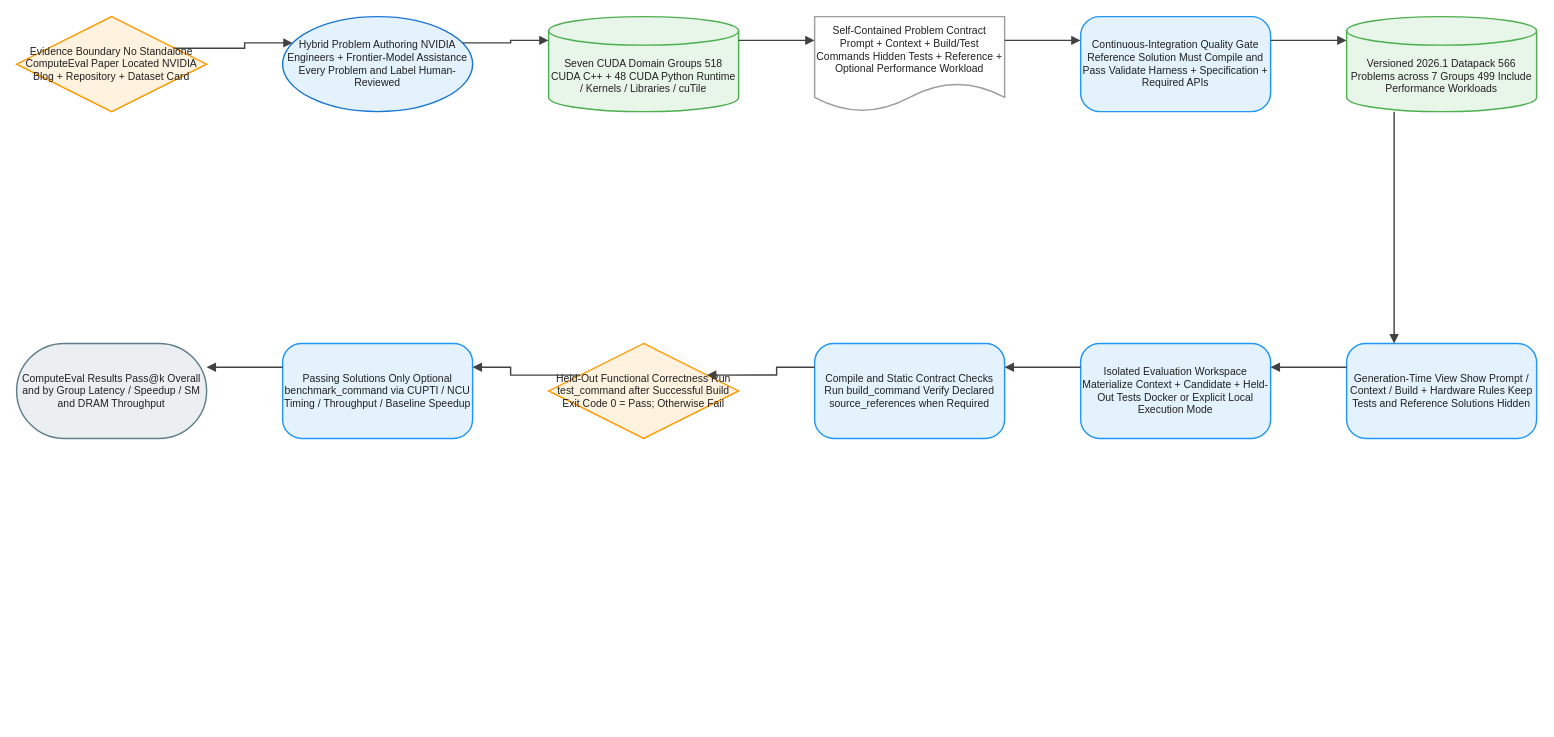
joe1chief/benchmark-hub keeps this draw.io diagram as client/public/drawio/ComputeEval/ComputeEval.en.drawio. Above is the earlier version. Source tidied: cells renumbered, new cells numbered last; positions are measured from the earlier drawing's top-left corner, leaving out a move shared by most shapes. Both pictures are drawn from the tidied source at 95%, with x=0, y=0 at pixel (16, 16).
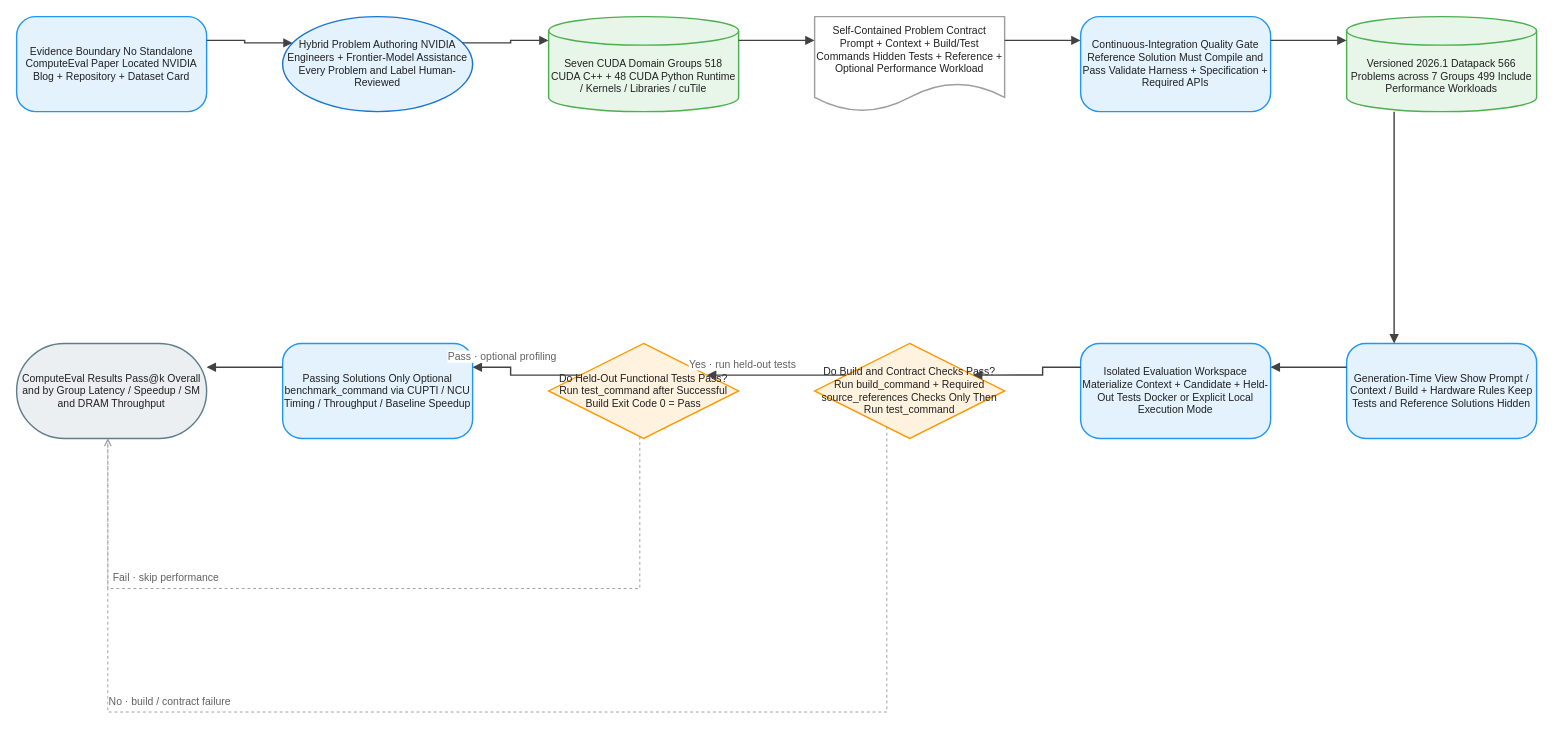
After the change.

The change refers to these unchanged cells:
```xml
<mxCell id="12" value="Passing Solutions Only Optional benchmark_command via CUPTI / NCU Timing / Throughput / Baseline Speedup" style="rounded=1;arcSize=20;html=1;whiteSpace=wrap;fillColor=#E3F2FD;strokeColor=#2196F3;strokeWidth=1.5;fontColor=#212121;fontSize=11;fontFamily=Arial, Helvetica, sans-serif;verticalAlign=middle;align=center;" parent="1" vertex="1">
  <mxGeometry x="280" y="344" width="200" height="100" as="geometry" />
</mxCell>
<mxCell id="13" value="ComputeEval Results Pass@k Overall and by Group Latency / Speedup / SM and DRAM Throughput" style="rounded=1;arcSize=50;html=1;whiteSpace=wrap;fillColor=#ECEFF1;strokeColor=#607D8B;strokeWidth=1.5;fontColor=#212121;fontSize=11;fontFamily=Arial, Helvetica, sans-serif;verticalAlign=middle;align=center;" parent="1" vertex="1">
  <mxGeometry y="344" width="200" height="100" as="geometry" />
</mxCell>
<mxCell id="22" style="edgeStyle=orthogonalEdgeStyle;rounded=0;jettySize=auto;html=1;strokeColor=#424242;strokeWidth=1.5;endArrow=block;endFill=1;exitX=0;exitY=0.25;exitDx=0;exitDy=0;entryX=1;entryY=0.25;entryDx=0;entryDy=0;jumpStyle=arc;jumpSize=8;" parent="1" edge="1" source="10" target="11">
  <mxGeometry relative="1" as="geometry" />
</mxCell>
```

Change to the diagram source:
```diff
@@
-    <mxCell id="2" value="Evidence Boundary No Standalone ComputeEval Paper Located NVIDIA Blog + Repository + Dataset Card" style="rhombus;html=1;whiteSpace=wrap;fillColor=#FFF3E0;strokeColor=#FF9800;strokeWidth=1.5;fontColor=#212121;fontSize=11;fontFamily=Arial, Helvetica, sans-serif;verticalAlign=middle;align=center;" parent="1" vertex="1">
+    <mxCell id="2" value="Evidence Boundary No Standalone ComputeEval Paper Located NVIDIA Blog + Repository + Dataset Card" style="rounded=1;arcSize=20;html=1;whiteSpace=wrap;fillColor=#E3F2FD;strokeColor=#2196F3;strokeWidth=1.5;fontColor=#212121;fontSize=11;fontFamily=Arial, Helvetica, sans-serif;verticalAlign=middle;align=center;" parent="1" vertex="1">
       <mxGeometry width="200" height="100" as="geometry" />
     </mxCell>
@@
-    <mxCell id="10" value="Compile and Static Contract Checks Run build_command Verify Declared source_references when Required" style="rounded=1;arcSize=20;html=1;whiteSpace=wrap;fillColor=#E3F2FD;strokeColor=#2196F3;strokeWidth=1.5;fontColor=#212121;fontSize=11;fontFamily=Arial, Helvetica, sans-serif;verticalAlign=middle;align=center;" parent="1" vertex="1">
+    <mxCell id="10" value="Do Build and Contract Checks Pass? Run build_command + Required source_references Checks Only Then Run test_command" style="rhombus;html=1;whiteSpace=wrap;fillColor=#FFF3E0;strokeColor=#FF9800;strokeWidth=1.5;fontColor=#212121;fontSize=11;fontFamily=Arial, Helvetica, sans-serif;verticalAlign=middle;align=center;" parent="1" vertex="1">
       <mxGeometry x="840" y="344" width="200" height="100" as="geometry" />
     </mxCell>
-    <mxCell id="11" value="Held-Out Functional Correctness Run test_command after Successful Build Exit Code 0 = Pass; Otherwise Fail" style="rhombus;html=1;whiteSpace=wrap;fillColor=#FFF3E0;strokeColor=#FF9800;strokeWidth=1.5;fontColor=#212121;fontSize=11;fontFamily=Arial, Helvetica, sans-serif;verticalAlign=middle;align=center;" parent="1" vertex="1">
+    <mxCell id="11" value="Do Held-Out Functional Tests Pass? Run test_command after Successful Build Exit Code 0 = Pass" style="rhombus;html=1;whiteSpace=wrap;fillColor=#FFF3E0;strokeColor=#FF9800;strokeWidth=1.5;fontColor=#212121;fontSize=11;fontFamily=Arial, Helvetica, sans-serif;verticalAlign=middle;align=center;" parent="1" vertex="1">
       <mxGeometry x="560" y="344" width="200" height="100" as="geometry" />
     </mxCell>
@@
-    <mxCell id="23" style="edgeStyle=orthogonalEdgeStyle;rounded=0;jettySize=auto;html=1;strokeColor=#424242;strokeWidth=1.5;endArrow=block;endFill=1;exitX=0;exitY=0.25;exitDx=0;exitDy=0;entryX=1;entryY=0.25;entryDx=0;entryDy=0;jumpStyle=arc;jumpSize=8;" parent="1" edge="1" source="11" target="12">
-      <mxGeometry relative="1" as="geometry" />
+    <mxCell id="23" value="Yes · run held-out tests" style="edgeLabel;html=1;align=center;verticalAlign=middle;fontSize=11;fontColor=#616161;" parent="22" vertex="1">
+      <mxGeometry x="0.5" relative="1" as="geometry">
+        <mxPoint y="-12" as="offset" />
+      </mxGeometry>
     </mxCell>
-    <mxCell id="24" style="edgeStyle=orthogonalEdgeStyle;rounded=0;jettySize=auto;html=1;strokeColor=#424242;strokeWidth=1.5;endArrow=block;endFill=1;exitX=0;exitY=0.25;exitDx=0;exitDy=0;entryX=1;entryY=0.25;entryDx=0;entryDy=0;jumpStyle=arc;jumpSize=8;" parent="1" edge="1" source="12" target="13">
+    <mxCell id="24" style="edgeStyle=orthogonalEdgeStyle;rounded=0;jettySize=auto;html=1;strokeColor=#424242;strokeWidth=1.5;endArrow=block;endFill=1;exitX=0;exitY=0.25;exitDx=0;exitDy=0;entryX=1;entryY=0.25;entryDx=0;entryDy=0;jumpStyle=arc;jumpSize=8;" parent="1" edge="1" source="11" target="12">
       <mxGeometry relative="1" as="geometry" />
     </mxCell>
+    <mxCell id="25" value="Pass · optional profiling" style="edgeLabel;html=1;align=center;verticalAlign=middle;fontSize=11;fontColor=#616161;" parent="24" vertex="1">
+      <mxGeometry x="0.5" relative="1" as="geometry">
+        <mxPoint y="-12" as="offset" />
+      </mxGeometry>
+    </mxCell>
+    <mxCell id="26" style="edgeStyle=orthogonalEdgeStyle;rounded=0;jettySize=auto;html=1;strokeColor=#424242;strokeWidth=1.5;endArrow=block;endFill=1;exitX=0;exitY=0.25;exitDx=0;exitDy=0;entryX=1;entryY=0.25;entryDx=0;entryDy=0;jumpStyle=arc;jumpSize=8;" parent="1" edge="1" source="12" target="13">
+      <mxGeometry relative="1" as="geometry" />
+    </mxCell>
+    <mxCell id="27" style="edgeStyle=orthogonalEdgeStyle;rounded=0;jettySize=auto;html=1;strokeColor=#9E9E9E;strokeWidth=1;endArrow=open;endFill=0;dashed=1;dashPattern=3 3;jumpStyle=arc;jumpSize=8;" parent="1" edge="1" source="10" target="13">
+      <mxGeometry relative="1" as="geometry">
+        <Array as="points">
+          <mxPoint x="916" y="732" />
+          <mxPoint x="96" y="732" />
+        </Array>
+      </mxGeometry>
+    </mxCell>
+    <mxCell id="28" value="No · build / contract failure" style="edgeLabel;html=1;align=center;verticalAlign=middle;fontSize=11;fontColor=#616161;" parent="27" vertex="1">
+      <mxGeometry x="0.5" relative="1" as="geometry">
+        <mxPoint y="-12" as="offset" />
+      </mxGeometry>
+    </mxCell>
+    <mxCell id="29" style="edgeStyle=orthogonalEdgeStyle;rounded=0;jettySize=auto;html=1;strokeColor=#9E9E9E;strokeWidth=1;endArrow=open;endFill=0;dashed=1;dashPattern=3 3;jumpStyle=arc;jumpSize=8;" parent="1" edge="1" source="11" target="13">
+      <mxGeometry relative="1" as="geometry">
+        <Array as="points">
+          <mxPoint x="656" y="602" />
+          <mxPoint x="96" y="602" />
+        </Array>
+      </mxGeometry>
+    </mxCell>
+    <mxCell id="30" value="Fail · skip performance" style="edgeLabel;html=1;align=center;verticalAlign=middle;fontSize=11;fontColor=#616161;" parent="29" vertex="1">
+      <mxGeometry x="0.5" relative="1" as="geometry">
+        <mxPoint y="-12" as="offset" />
+      </mxGeometry>
+    </mxCell>
```
